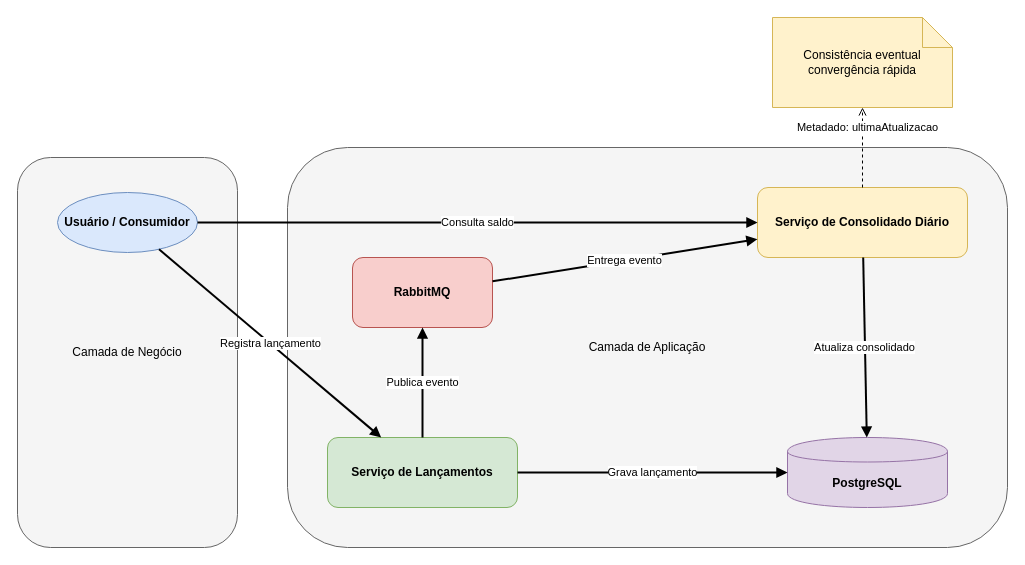
jbjares/servico-controle-lancamentos-consolidado keeps this draw.io diagram as docs/diagramas/drawio/01-overview-big-picture.drawio. Above is the earlier version. Source tidied: cells renumbered, new cells numbered last; positions are measured from the earlier drawing's top-left corner, leaving out a move shared by most shapes. Both pictures are drawn from the tidied source at 100%, with x=0, y=0 at pixel (17, 17).
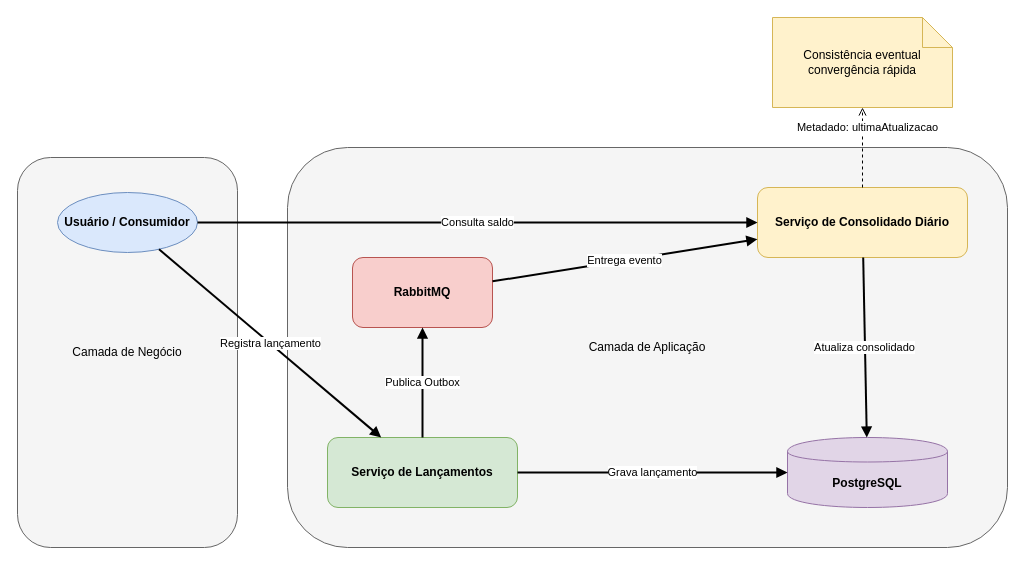
Above is the later version.

Diff of the diagram source:
```diff
@@
 <mxGraphModel>
   <root>
     <mxCell id="0" />
     <mxCell id="1" parent="0" />
     <mxCell id="2" value="Camada de Negócio" style="rounded=1;whiteSpace=wrap;html=1;fillColor=#f5f5f5;strokeColor=#666666;dashed=0;" parent="1" vertex="1">
       <mxGeometry y="140" width="220" height="390" as="geometry" />
     </mxCell>
     <mxCell id="3" value="Usuário / Consumidor" style="ellipse;whiteSpace=wrap;html=1;fillColor=#dae8fc;strokeColor=#6c8ebf;fontStyle=1;" parent="1" vertex="1">
       <mxGeometry x="40" y="175" width="140" height="60" as="geometry" />
     </mxCell>
     <mxCell id="4" value="Camada de Aplicação" style="rounded=1;whiteSpace=wrap;html=1;fillColor=#f5f5f5;strokeColor=#666666;dashed=0;" parent="1" vertex="1">
       <mxGeometry x="270" y="130" width="720" height="400" as="geometry" />
     </mxCell>
     <mxCell id="5" value="Serviço de Lançamentos" style="rounded=1;whiteSpace=wrap;html=1;fillColor=#d5e8d4;strokeColor=#82b366;fontStyle=1;" parent="1" vertex="1">
       <mxGeometry x="310" y="420" width="190" height="70" as="geometry" />
     </mxCell>
     <mxCell id="6" value="RabbitMQ" style="rounded=1;whiteSpace=wrap;html=1;fillColor=#f8cecc;strokeColor=#b85450;fontStyle=1;" parent="1" vertex="1">
       <mxGeometry x="335" y="240" width="140" height="70" as="geometry" />
     </mxCell>
     <mxCell id="7" value="Serviço de Consolidado Diário" style="rounded=1;whiteSpace=wrap;html=1;fillColor=#fff2cc;strokeColor=#d6b656;fontStyle=1;" parent="1" vertex="1">
       <mxGeometry x="740" y="170" width="210" height="70" as="geometry" />
     </mxCell>
     <mxCell id="8" value="PostgreSQL" style="shape=cylinder;whiteSpace=wrap;html=1;boundedLbl=1;backgroundOutline=1;fillColor=#e1d5e7;strokeColor=#9673a6;fontStyle=1;" parent="1" vertex="1">
       <mxGeometry x="770" y="420" width="160" height="70" as="geometry" />
     </mxCell>
     <mxCell id="9" value="Consistência eventual&lt;br&gt;convergência rápida" style="shape=note;whiteSpace=wrap;html=1;fillColor=#fff2cc;strokeColor=#d6b656;" parent="1" vertex="1">
       <mxGeometry x="755" width="180" height="90" as="geometry" />
     </mxCell>
     <mxCell id="10" value="Registra lançamento" style="endArrow=block;html=1;rounded=0;strokeWidth=2;" parent="1" edge="1" source="3" target="5">
       <mxGeometry relative="1" as="geometry" />
     </mxCell>
     <mxCell id="11" value="Consulta saldo" style="endArrow=block;html=1;rounded=0;strokeWidth=2;" parent="1" edge="1" source="3" target="7">
       <mxGeometry relative="1" as="geometry" />
     </mxCell>
-    <mxCell id="12" value="Publica evento" style="endArrow=block;html=1;rounded=0;strokeWidth=2;" parent="1" edge="1" source="5" target="6">
+    <mxCell id="12" value="Publica Outbox" style="endArrow=block;html=1;rounded=0;strokeWidth=2;" parent="1" edge="1" source="5" target="6">
       <mxGeometry relative="1" as="geometry" />
     </mxCell>
     <mxCell id="13" value="Entrega evento" style="endArrow=block;html=1;rounded=0;strokeWidth=2;" parent="1" edge="1" source="6" target="7">
       <mxGeometry relative="1" as="geometry" />
     </mxCell>
     <mxCell id="14" value="Grava lançamento" style="endArrow=block;html=1;rounded=0;strokeWidth=2;" parent="1" edge="1" source="5" target="8">
       <mxGeometry relative="1" as="geometry" />
     </mxCell>
     <mxCell id="15" value="Atualiza consolidado" style="endArrow=block;html=1;rounded=0;strokeWidth=2;" parent="1" edge="1" source="7" target="8">
       <mxGeometry relative="1" as="geometry" />
     </mxCell>
     <mxCell id="16" value="Metadado: ultimaAtualizacao" style="dashed=1;endArrow=open;html=1;strokeWidth=1;" parent="1" edge="1" source="7" target="9">
       <mxGeometry x="0.5" y="-5" relative="1" as="geometry" />
     </mxCell>
   </root>
 </mxGraphModel>
```
